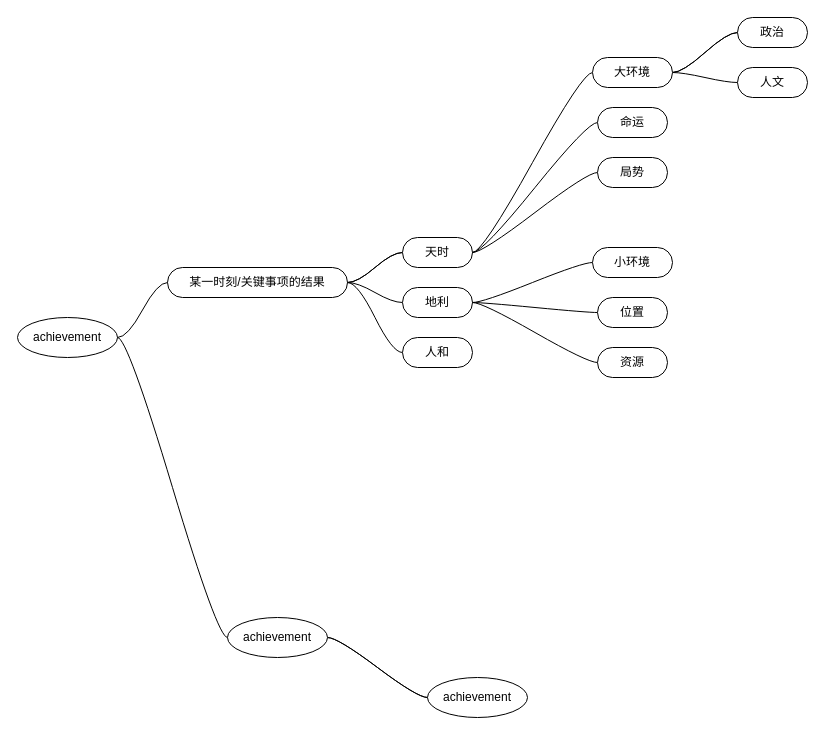
This is achievement.drawio from wen2xiao1/draw.io, a draw.io file, before an edit. Source tidied: cells renumbered, new cells numbered last; positions are measured from the earlier drawing's top-left corner, leaving out a move shared by most shapes. Both pictures are drawn from the tidied source at 100%, with x=0, y=0 at pixel (17, 17).
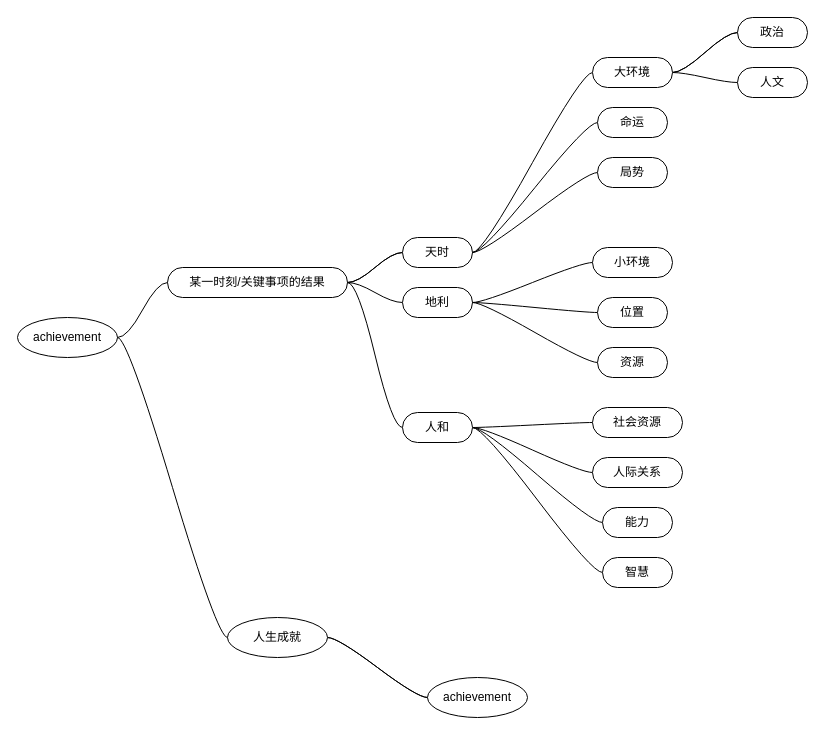
After the change.

Diff of the diagram source:
```diff
@@
-    <mxCell id="11" value="地利" style="whiteSpace=wrap;html=1;rounded=1;arcSize=50;align=center;verticalAlign=middle;strokeWidth=1;spacing=4;newEdgeStyle={&quot;edgeStyle&quot;:&quot;entityRelationEdgeStyle&quot;,&quot;startArrow&quot;:&quot;none&quot;,&quot;endArrow&quot;:&quot;none&quot;,&quot;segment&quot;:10,&quot;curved&quot;:1,&quot;sourcePerimeterSpacing&quot;:0,&quot;targetPerimeterSpacing&quot;:0};" parent="1" vertex="1">
+    <mxCell id="11" value="地利" style="whiteSpace=wrap;html=1;rounded=1;arcSize=50;align=center;verticalAlign=middle;strokeWidth=1;spacing=4;newEdgeStyle={&quot;edgeStyle&quot;:&quot;entityRelationEdgeStyle&quot;,&quot;startArrow&quot;:&quot;none&quot;,&quot;endArrow&quot;:&quot;none&quot;,&quot;segment&quot;:10,&quot;curved&quot;:1,&quot;sourcePerimeterSpacing&quot;:0,&quot;targetPerimeterSpacing&quot;:0};" parent="1" vertex="1" collapsed="1">
       <mxGeometry x="385" y="270" width="70" height="30" as="geometry" />
     </mxCell>
@@
-    <mxCell id="14" value="achievement" style="ellipse;whiteSpace=wrap;html=1;align=center;newEdgeStyle={&quot;edgeStyle&quot;:&quot;entityRelationEdgeStyle&quot;,&quot;startArrow&quot;:&quot;none&quot;,&quot;endArrow&quot;:&quot;none&quot;,&quot;segment&quot;:10,&quot;curved&quot;:1,&quot;sourcePerimeterSpacing&quot;:0,&quot;targetPerimeterSpacing&quot;:0};" parent="1" vertex="1">
+    <mxCell id="14" value="人生成就" style="ellipse;whiteSpace=wrap;html=1;align=center;newEdgeStyle={&quot;edgeStyle&quot;:&quot;entityRelationEdgeStyle&quot;,&quot;startArrow&quot;:&quot;none&quot;,&quot;endArrow&quot;:&quot;none&quot;,&quot;segment&quot;:10,&quot;curved&quot;:1,&quot;sourcePerimeterSpacing&quot;:0,&quot;targetPerimeterSpacing&quot;:0};" parent="1" vertex="1">
       <mxGeometry x="210" y="600" width="100" height="40" as="geometry" />
     </mxCell>
@@
+    <mxCell id="34" style="edgeStyle=entityRelationEdgeStyle;rounded=0;jettySize=auto;html=1;startArrow=none;endArrow=none;segment=10;curved=1;sourcePerimeterSpacing=0;targetPerimeterSpacing=0;exitX=1;exitY=0.5;exitDx=0;exitDy=0;entryX=0;entryY=0.5;entryDx=0;entryDy=0;" parent="1" edge="1" source="16" target="38">
+      <mxGeometry relative="1" as="geometry" />
+    </mxCell>
+    <mxCell id="35" style="edgeStyle=entityRelationEdgeStyle;rounded=0;jettySize=auto;html=1;startArrow=none;endArrow=none;segment=10;curved=1;sourcePerimeterSpacing=0;targetPerimeterSpacing=0;exitX=1;exitY=0.5;exitDx=0;exitDy=0;entryX=0;entryY=0.5;entryDx=0;entryDy=0;" parent="1" edge="1" source="16" target="39">
+      <mxGeometry relative="1" as="geometry" />
+    </mxCell>
+    <mxCell id="36" style="edgeStyle=entityRelationEdgeStyle;rounded=0;jettySize=auto;html=1;startArrow=none;endArrow=none;segment=10;curved=1;sourcePerimeterSpacing=0;targetPerimeterSpacing=0;exitX=1;exitY=0.5;exitDx=0;exitDy=0;entryX=0;entryY=0.5;entryDx=0;entryDy=0;" parent="1" edge="1" source="16" target="40">
+      <mxGeometry relative="1" as="geometry" />
+    </mxCell>
+    <mxCell id="37" style="edgeStyle=entityRelationEdgeStyle;rounded=0;jettySize=auto;html=1;startArrow=none;endArrow=none;segment=10;curved=1;sourcePerimeterSpacing=0;targetPerimeterSpacing=0;exitX=1;exitY=0.5;exitDx=0;exitDy=0;entryX=0;entryY=0.5;entryDx=0;entryDy=0;" parent="1" edge="1" source="16" target="41">
+      <mxGeometry relative="1" as="geometry" />
+    </mxCell>
     <mxCell id="16" value="人和" style="whiteSpace=wrap;html=1;rounded=1;arcSize=50;align=center;verticalAlign=middle;strokeWidth=1;spacing=4;newEdgeStyle={&quot;edgeStyle&quot;:&quot;entityRelationEdgeStyle&quot;,&quot;startArrow&quot;:&quot;none&quot;,&quot;endArrow&quot;:&quot;none&quot;,&quot;segment&quot;:10,&quot;curved&quot;:1,&quot;sourcePerimeterSpacing&quot;:0,&quot;targetPerimeterSpacing&quot;:0};" parent="1" vertex="1">
-      <mxGeometry x="385" y="320" width="70" height="30" as="geometry" />
+      <mxGeometry x="385" y="395" width="70" height="30" as="geometry" />
     </mxCell>
@@
+    <mxCell id="38" value="社会资源" style="whiteSpace=wrap;html=1;rounded=1;arcSize=50;align=center;verticalAlign=middle;strokeWidth=1;spacing=4;newEdgeStyle={&quot;edgeStyle&quot;:&quot;entityRelationEdgeStyle&quot;,&quot;startArrow&quot;:&quot;none&quot;,&quot;endArrow&quot;:&quot;none&quot;,&quot;segment&quot;:10,&quot;curved&quot;:1,&quot;sourcePerimeterSpacing&quot;:0,&quot;targetPerimeterSpacing&quot;:0};" parent="1" vertex="1">
+      <mxGeometry x="575" y="390" width="90" height="30" as="geometry" />
+    </mxCell>
+    <mxCell id="39" value="人际关系" style="whiteSpace=wrap;html=1;rounded=1;arcSize=50;align=center;verticalAlign=middle;strokeWidth=1;spacing=4;newEdgeStyle={&quot;edgeStyle&quot;:&quot;entityRelationEdgeStyle&quot;,&quot;startArrow&quot;:&quot;none&quot;,&quot;endArrow&quot;:&quot;none&quot;,&quot;segment&quot;:10,&quot;curved&quot;:1,&quot;sourcePerimeterSpacing&quot;:0,&quot;targetPerimeterSpacing&quot;:0};" parent="1" vertex="1">
+      <mxGeometry x="575" y="440" width="90" height="30" as="geometry" />
+    </mxCell>
+    <mxCell id="40" value="能力" style="whiteSpace=wrap;html=1;rounded=1;arcSize=50;align=center;verticalAlign=middle;strokeWidth=1;spacing=4;newEdgeStyle={&quot;edgeStyle&quot;:&quot;entityRelationEdgeStyle&quot;,&quot;startArrow&quot;:&quot;none&quot;,&quot;endArrow&quot;:&quot;none&quot;,&quot;segment&quot;:10,&quot;curved&quot;:1,&quot;sourcePerimeterSpacing&quot;:0,&quot;targetPerimeterSpacing&quot;:0};" parent="1" vertex="1">
+      <mxGeometry x="585" y="490" width="70" height="30" as="geometry" />
+    </mxCell>
+    <mxCell id="41" value="智慧" style="whiteSpace=wrap;html=1;rounded=1;arcSize=50;align=center;verticalAlign=middle;strokeWidth=1;spacing=4;newEdgeStyle={&quot;edgeStyle&quot;:&quot;entityRelationEdgeStyle&quot;,&quot;startArrow&quot;:&quot;none&quot;,&quot;endArrow&quot;:&quot;none&quot;,&quot;segment&quot;:10,&quot;curved&quot;:1,&quot;sourcePerimeterSpacing&quot;:0,&quot;targetPerimeterSpacing&quot;:0};" parent="1" vertex="1">
+      <mxGeometry x="585" y="540" width="70" height="30" as="geometry" />
+    </mxCell>
```
